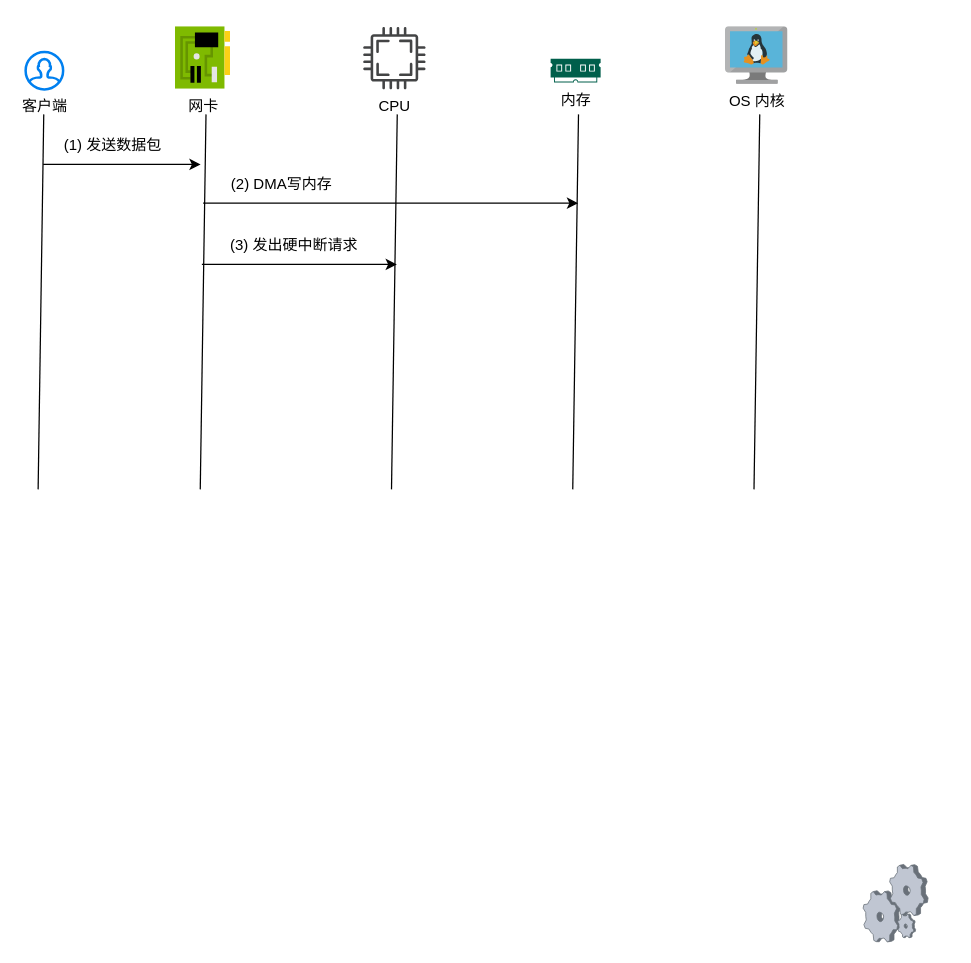
This is recv_data_process.drawio from fsJerryChan/fsJerryChan, a draw.io file, before an edit. Source tidied: cells renumbered, new cells numbered last; positions are measured from the earlier drawing's top-left corner, leaving out a move shared by most shapes. Both pictures are drawn from the tidied source at 125%, with x=0, y=0 at pixel (25, 26).
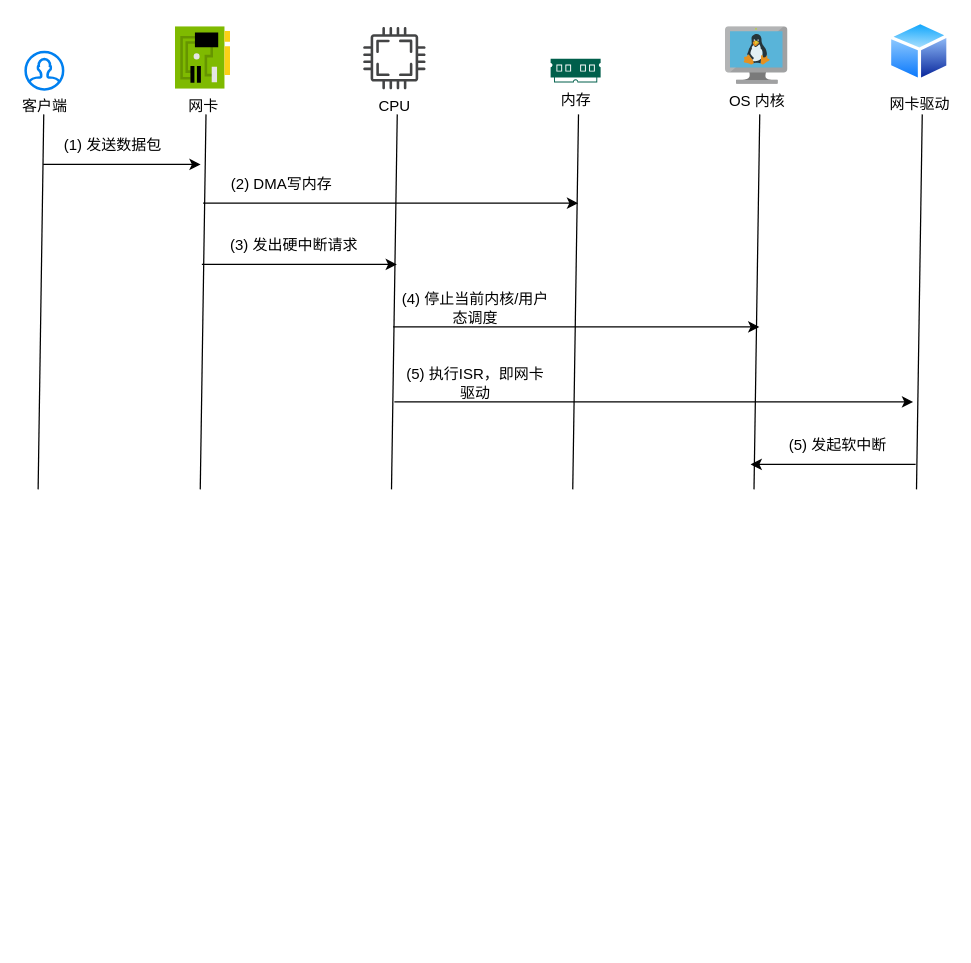
The same page after the edit.

Change to the diagram source:
```diff
@@
-    <mxCell id="7" style="verticalLabelPosition=bottom;sketch=0;html=1;verticalAlign=top;strokeColor=none;align=center;shape=mxgraph.citrix.process;" parent="1" vertex="1">
-      <mxGeometry x="670" y="670" width="52" height="62" as="geometry" />
-    </mxCell>
@@
+    <mxCell id="19" style="endArrow=classic;html=1;rounded=0;" parent="1" edge="1">
+      <mxGeometry relative="1" as="geometry">
+        <mxPoint x="294" y="240" as="sourcePoint" />
+        <mxPoint x="587" y="240" as="targetPoint" />
+      </mxGeometry>
+    </mxCell>
+    <mxCell id="20" value="(4) 停止当前内核/用户态调度" style="text;strokeColor=none;align=center;fillColor=none;html=1;verticalAlign=middle;whiteSpace=wrap;rounded=0;" parent="1" vertex="1">
+      <mxGeometry x="300" y="210" width="120" height="30" as="geometry" />
+    </mxCell>
+    <mxCell id="21" value="网卡驱动" style="image;perimeter=ellipsePerimeter;html=1;align=center;shadow=0;dashed=0;spacingTop=3;image=img/lib/active_directory/generic_node.svg;" parent="1" vertex="1">
+      <mxGeometry x="690" y="-4.5" width="50" height="49" as="geometry" />
+    </mxCell>
+    <mxCell id="22" style="endArrow=none;html=1;rounded=0;" parent="1" edge="1">
+      <mxGeometry relative="1" as="geometry">
+        <mxPoint x="712.7" y="370" as="sourcePoint" />
+        <mxPoint x="717.3" y="70" as="targetPoint" />
+      </mxGeometry>
+    </mxCell>
+    <mxCell id="23" style="endArrow=classic;html=1;rounded=0;" parent="1" edge="1">
+      <mxGeometry relative="1" as="geometry">
+        <mxPoint x="295" y="300" as="sourcePoint" />
+        <mxPoint x="710" y="300" as="targetPoint" />
+      </mxGeometry>
+    </mxCell>
+    <mxCell id="24" value="(5) 执行ISR，即网卡驱动" style="text;strokeColor=none;align=center;fillColor=none;html=1;verticalAlign=middle;whiteSpace=wrap;rounded=0;" parent="1" vertex="1">
+      <mxGeometry x="300" y="270" width="120" height="30" as="geometry" />
+    </mxCell>
+    <mxCell id="25" style="endArrow=classic;html=1;rounded=0;" parent="1" edge="1">
+      <mxGeometry relative="1" as="geometry">
+        <mxPoint x="712" y="350" as="sourcePoint" />
+        <mxPoint x="580" y="350" as="targetPoint" />
+      </mxGeometry>
+    </mxCell>
+    <mxCell id="26" value="(5) 发起软中断" style="text;strokeColor=none;align=center;fillColor=none;html=1;verticalAlign=middle;whiteSpace=wrap;rounded=0;" parent="1" vertex="1">
+      <mxGeometry x="590" y="320" width="120" height="30" as="geometry" />
+    </mxCell>
```
